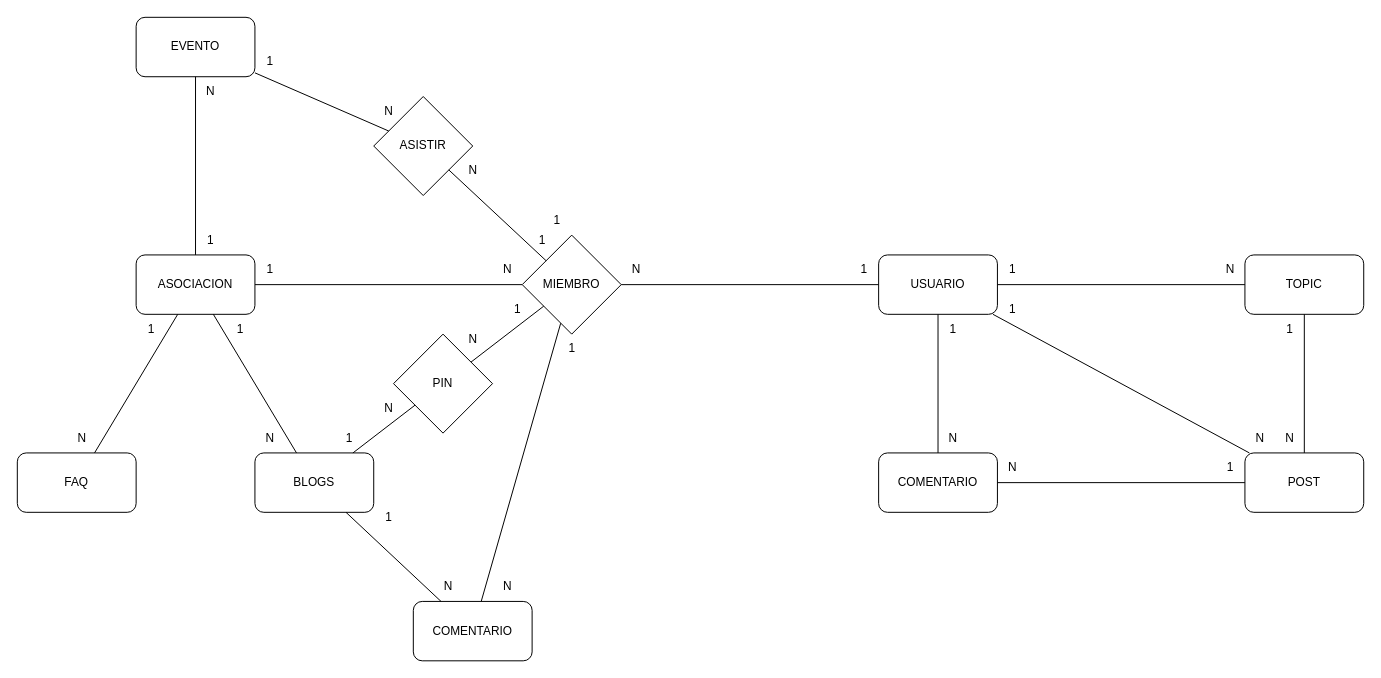
Before: Base de Datos.drawio in NoeOrgaGutierrez/careconnect-back, a draw.io diagram. Source tidied: cells renumbered, new cells numbered last; positions are measured from the earlier drawing's top-left corner, leaving out a move shared by most shapes. Both pictures are drawn from the tidied source at 99%, with x=0, y=0 at pixel (17, 17).
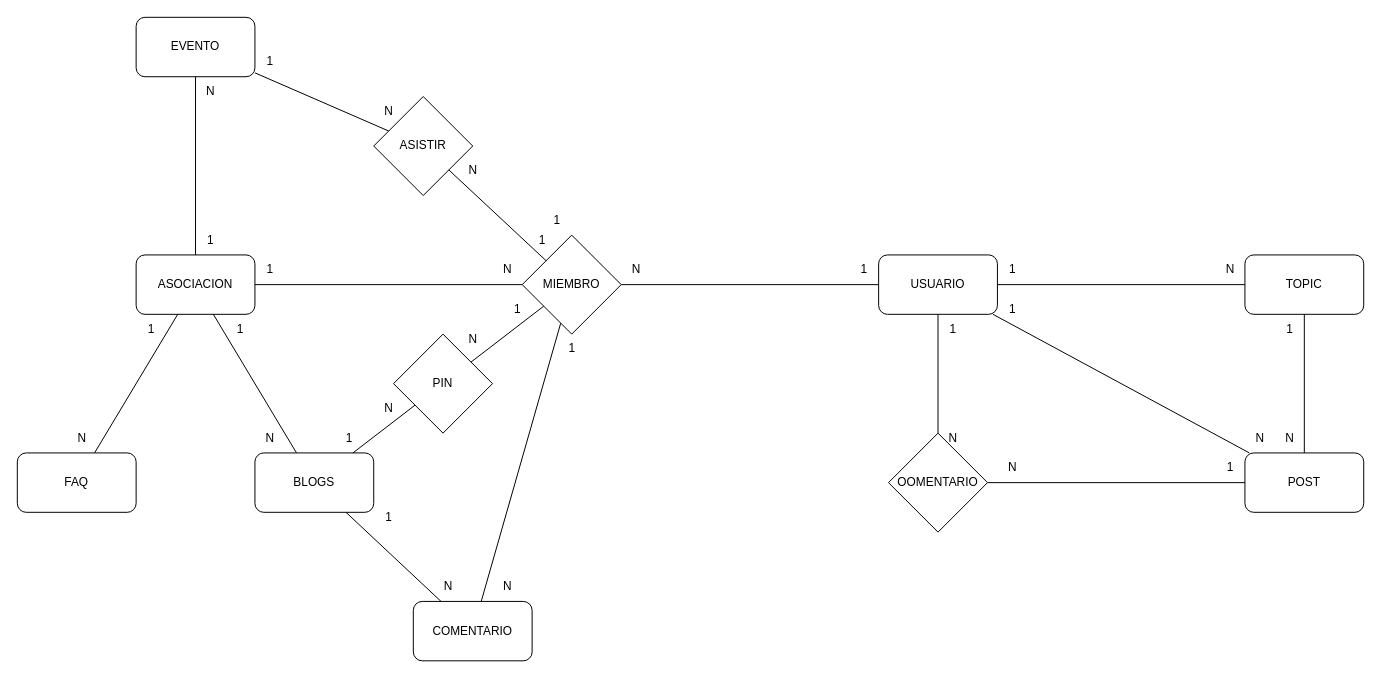
The same diagram, later.

Unchanged cells that the change refers to:
```xml
<mxCell id="4" value="USUARIO" style="rounded=1;whiteSpace=wrap;html=1;" parent="1" vertex="1">
  <mxGeometry x="870" y="240" width="120" height="60" as="geometry" />
</mxCell>
<mxCell id="23" value="POST" style="rounded=1;whiteSpace=wrap;html=1;" parent="1" vertex="1">
  <mxGeometry x="1240" y="440" width="120" height="60" as="geometry" />
</mxCell>
```

Diff of the diagram source:
```diff
@@
-    <mxCell id="24" value="COMENTARIO" style="rounded=1;whiteSpace=wrap;html=1;" parent="1" vertex="1">
-      <mxGeometry x="870" y="440" width="120" height="60" as="geometry" />
-    </mxCell>
@@
-    <mxCell id="26" style="rounded=0;jettySize=auto;html=1;endArrow=none;endFill=0;" parent="1" edge="1" source="23" target="24">
+    <mxCell id="26" style="rounded=0;jettySize=auto;html=1;endArrow=none;endFill=0;" parent="1" edge="1" source="23" target="63">
       <mxGeometry relative="1" as="geometry" />
     </mxCell>
@@
-    <mxCell id="34" style="rounded=0;jettySize=auto;html=1;endArrow=none;endFill=0;" parent="1" edge="1" source="24" target="4">
+    <mxCell id="34" style="rounded=0;jettySize=auto;html=1;endArrow=none;endFill=0;" parent="1" edge="1" source="63" target="4">
       <mxGeometry relative="1" as="geometry" />
     </mxCell>
@@
+    <mxCell id="63" value="OOMENTARIO" style="rhombus;whiteSpace=wrap;html=1;" parent="1" vertex="1">
+      <mxGeometry x="880" y="420" width="100" height="100" as="geometry" />
+    </mxCell>
```
